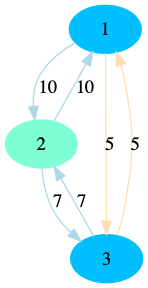
This is run/output/graph021.gv.png from CarlosMatheus/Distributed-Minimum-Spanning-Tree, a Graphviz export, as it was before one commit. Its source is kept beside it as run/output/graph021.gv.
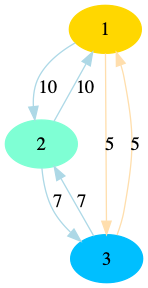
Later version of the same file.

Diff of the diagram source:
```diff
@@ -1,5 +1,5 @@
 digraph "output/graph021" {
-	1 [color=deepskyblue1 style=filled]
+	1 [color=gold1 style=filled]
 	2 [color=aquamarine style=filled]
 	3 [color=deepskyblue1 style=filled]
 	1 -> 2 [label=10 color=lightblue]
```
